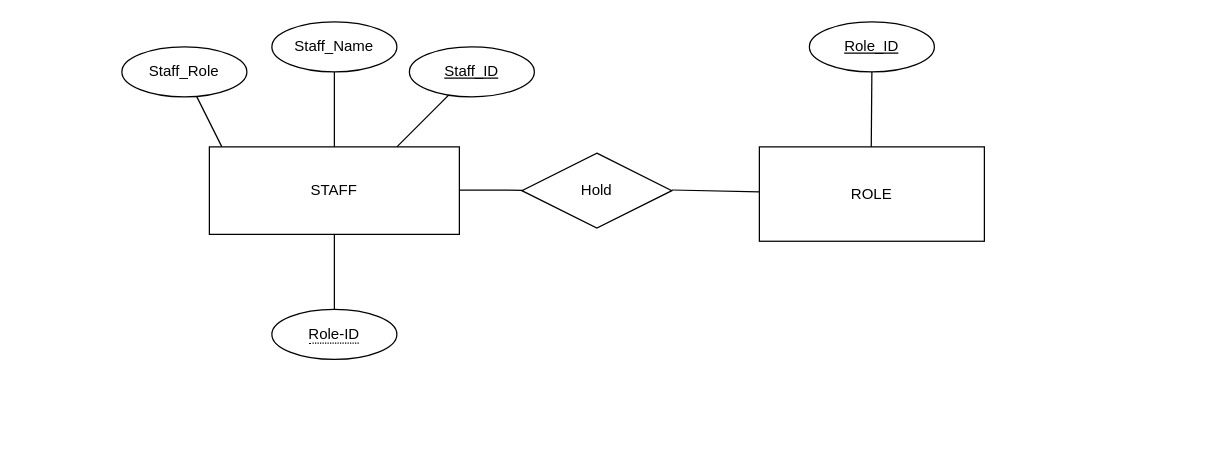
Earlier version of the draw.io diagram Untitled Diagram.drawio (ilhan-muzamir/random-poli-repo). Source tidied: cells renumbered, new cells numbered last; positions are measured from the earlier drawing's top-left corner, leaving out a move shared by most shapes. Both pictures are drawn from the tidied source at 125%, with x=0, y=0 at pixel (121, 21).
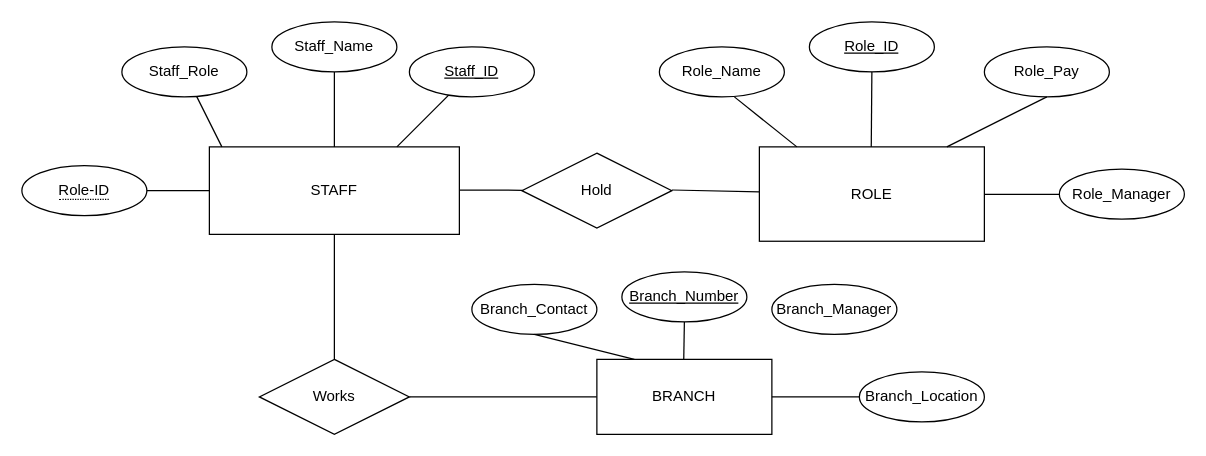
The same diagram, later.

The change refers to these unchanged cells:
```xml
<mxCell id="2" value="STAFF" style="whiteSpace=wrap;html=1;align=center;labelBackgroundColor=none;" parent="1" vertex="1">
  <mxGeometry x="70" y="100" width="200" height="70" as="geometry" />
</mxCell>
```

Diff of the diagram source:
```diff
@@
-    <mxCell id="9" style="endArrow=none;html=1;rounded=0;exitX=0.5;exitY=1;exitDx=0;exitDy=0;" parent="1" edge="1" source="2" target="10">
+    <mxCell id="9" style="endArrow=none;html=1;rounded=0;exitX=0;exitY=0.5;exitDx=0;exitDy=0;exitPerimeter=0;" parent="1" edge="1" source="2" target="10">
       <mxGeometry relative="1" as="geometry" />
     </mxCell>
     <mxCell id="10" value="&lt;span style=&quot;border-bottom: 1px dotted&quot;&gt;Role-ID&lt;/span&gt;" style="ellipse;whiteSpace=wrap;html=1;align=center;" parent="1" vertex="1">
-      <mxGeometry x="120" y="230" width="100" height="40" as="geometry" />
+      <mxGeometry x="-80" y="115" width="100" height="40" as="geometry" />
     </mxCell>
@@
+    <mxCell id="17" value="Role_Name" style="ellipse;whiteSpace=wrap;html=1;align=center;" parent="1" vertex="1">
+      <mxGeometry x="430" y="20" width="100" height="40" as="geometry" />
+    </mxCell>
+    <mxCell id="18" style="endArrow=none;html=1;rounded=0;" parent="1" edge="1">
+      <mxGeometry relative="1" as="geometry">
+        <mxPoint x="490" y="60" as="sourcePoint" />
+        <mxPoint x="540" y="100" as="targetPoint" />
+      </mxGeometry>
+    </mxCell>
+    <mxCell id="19" value="Role_Pay" style="ellipse;whiteSpace=wrap;html=1;align=center;" parent="1" vertex="1">
+      <mxGeometry x="690" y="20" width="100" height="40" as="geometry" />
+    </mxCell>
+    <mxCell id="20" style="endArrow=none;html=1;rounded=0;entryX=0.5;entryY=1;entryDx=0;entryDy=0;" parent="1" edge="1" target="19">
+      <mxGeometry relative="1" as="geometry">
+        <mxPoint x="660" y="100" as="sourcePoint" />
+      </mxGeometry>
+    </mxCell>
+    <mxCell id="21" value="Role_Manager" style="ellipse;whiteSpace=wrap;html=1;align=center;" parent="1" vertex="1">
+      <mxGeometry x="750" y="117.8" width="100" height="40" as="geometry" />
+    </mxCell>
+    <mxCell id="22" style="endArrow=none;html=1;rounded=0;" parent="1" edge="1">
+      <mxGeometry relative="1" as="geometry">
+        <mxPoint x="750" y="138" as="sourcePoint" />
+        <mxPoint x="690" y="138" as="targetPoint" />
+      </mxGeometry>
+    </mxCell>
+    <mxCell id="23" value="Works" style="shape=rhombus;perimeter=rhombusPerimeter;whiteSpace=wrap;html=1;align=center;" parent="1" vertex="1">
+      <mxGeometry x="110" y="270" width="120" height="60" as="geometry" />
+    </mxCell>
+    <mxCell id="24" style="endArrow=none;html=1;rounded=0;exitX=0.5;exitY=0;exitDx=0;exitDy=0;entryX=0.5;entryY=1;entryDx=0;entryDy=0;" parent="1" edge="1" source="23" target="2">
+      <mxGeometry relative="1" as="geometry" />
+    </mxCell>
+    <mxCell id="25" style="line;strokeWidth=1;dashed=0;labelPosition=right;align=left;verticalAlign=middle;spacingTop=0;spacingLeft=6;" parent="1" vertex="1">
+      <mxGeometry x="230" y="295" width="150" height="10" as="geometry" />
+    </mxCell>
+    <mxCell id="26" value="BRANCH" style="whiteSpace=wrap;html=1;align=center;" parent="1" vertex="1">
+      <mxGeometry x="380" y="270" width="140" height="60" as="geometry" />
+    </mxCell>
+    <mxCell id="27" value="Branch_Number" style="ellipse;whiteSpace=wrap;html=1;align=center;fontStyle=4;" parent="1" vertex="1">
+      <mxGeometry x="400" y="200" width="100" height="40" as="geometry" />
+    </mxCell>
+    <mxCell id="28" style="endArrow=none;html=1;rounded=0;" parent="1" edge="1">
+      <mxGeometry relative="1" as="geometry">
+        <mxPoint x="450" y="240" as="sourcePoint" />
+        <mxPoint x="449.5" y="270" as="targetPoint" />
+      </mxGeometry>
+    </mxCell>
+    <mxCell id="29" value="Branch_Contact" style="ellipse;whiteSpace=wrap;html=1;align=center;" parent="1" vertex="1">
+      <mxGeometry x="280" y="210" width="100" height="40" as="geometry" />
+    </mxCell>
+    <mxCell id="30" value="Branch_Manager" style="ellipse;whiteSpace=wrap;html=1;align=center;" parent="1" vertex="1">
+      <mxGeometry x="520" y="210" width="100" height="40" as="geometry" />
+    </mxCell>
+    <mxCell id="31" style="endArrow=none;html=1;rounded=0;exitX=0.5;exitY=1;exitDx=0;exitDy=0;" parent="1" edge="1" source="29">
+      <mxGeometry relative="1" as="geometry">
+        <mxPoint x="410" y="270" as="targetPoint" />
+      </mxGeometry>
+    </mxCell>
+    <mxCell id="32" style="endArrow=none;html=1;rounded=0;" parent="1" edge="1" source="34">
+      <mxGeometry relative="1" as="geometry">
+        <mxPoint x="650" y="295" as="targetPoint" />
+      </mxGeometry>
+    </mxCell>
+    <mxCell id="33" style="endArrow=none;html=1;rounded=0;exitX=1;exitY=0.5;exitDx=0;exitDy=0;" parent="1" edge="1" source="26" target="34">
+      <mxGeometry relative="1" as="geometry" />
+    </mxCell>
+    <mxCell id="34" value="Branch_Location" style="ellipse;whiteSpace=wrap;html=1;align=center;" parent="1" vertex="1">
+      <mxGeometry x="590" y="280" width="100" height="40" as="geometry" />
+    </mxCell>
```
